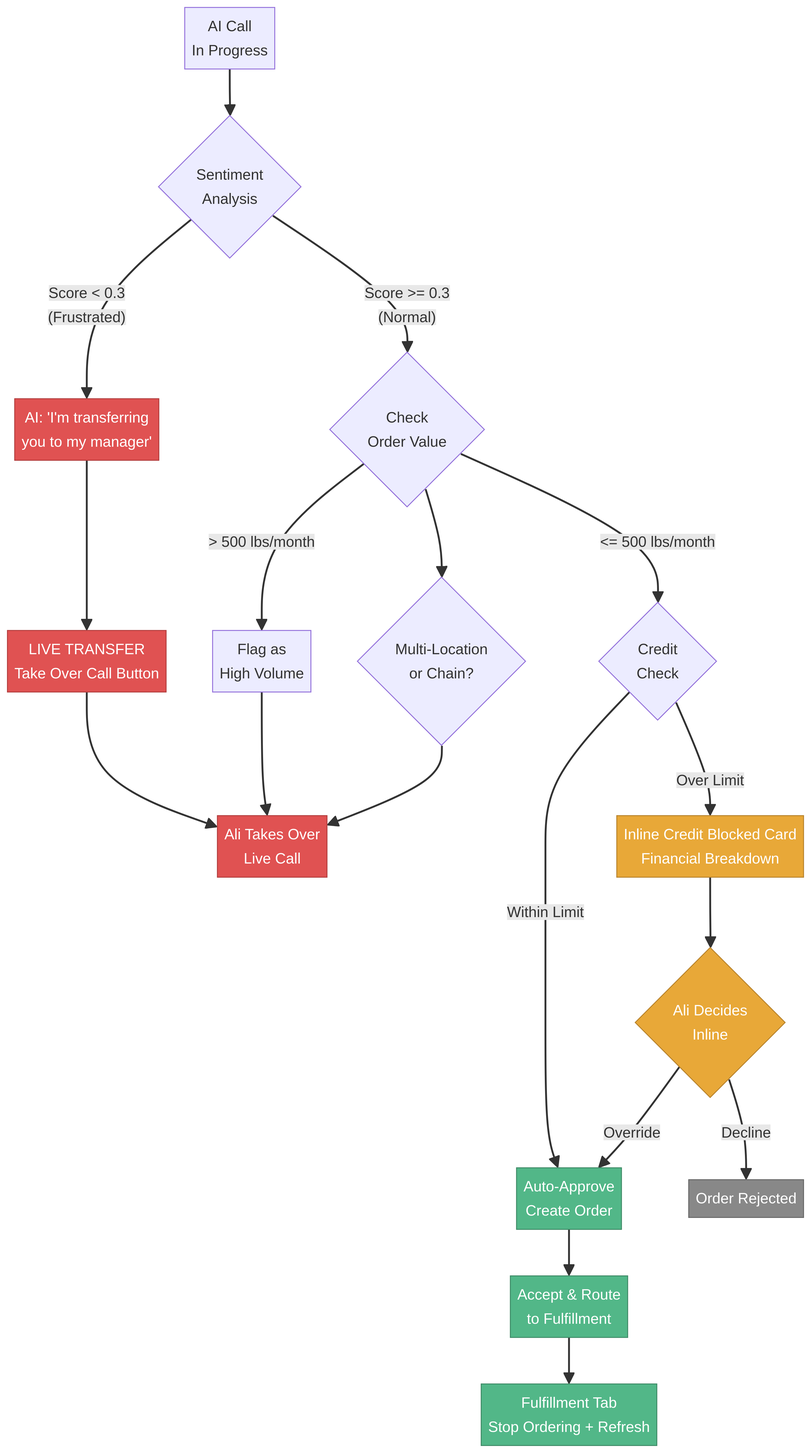
Before: docs/diagrams/05_hitl_escalation.png, a diagram exported from Mermaid (sk6786/AliWholesaleSaas). Its source is kept beside it as docs/diagrams/05_hitl_escalation.mmd.
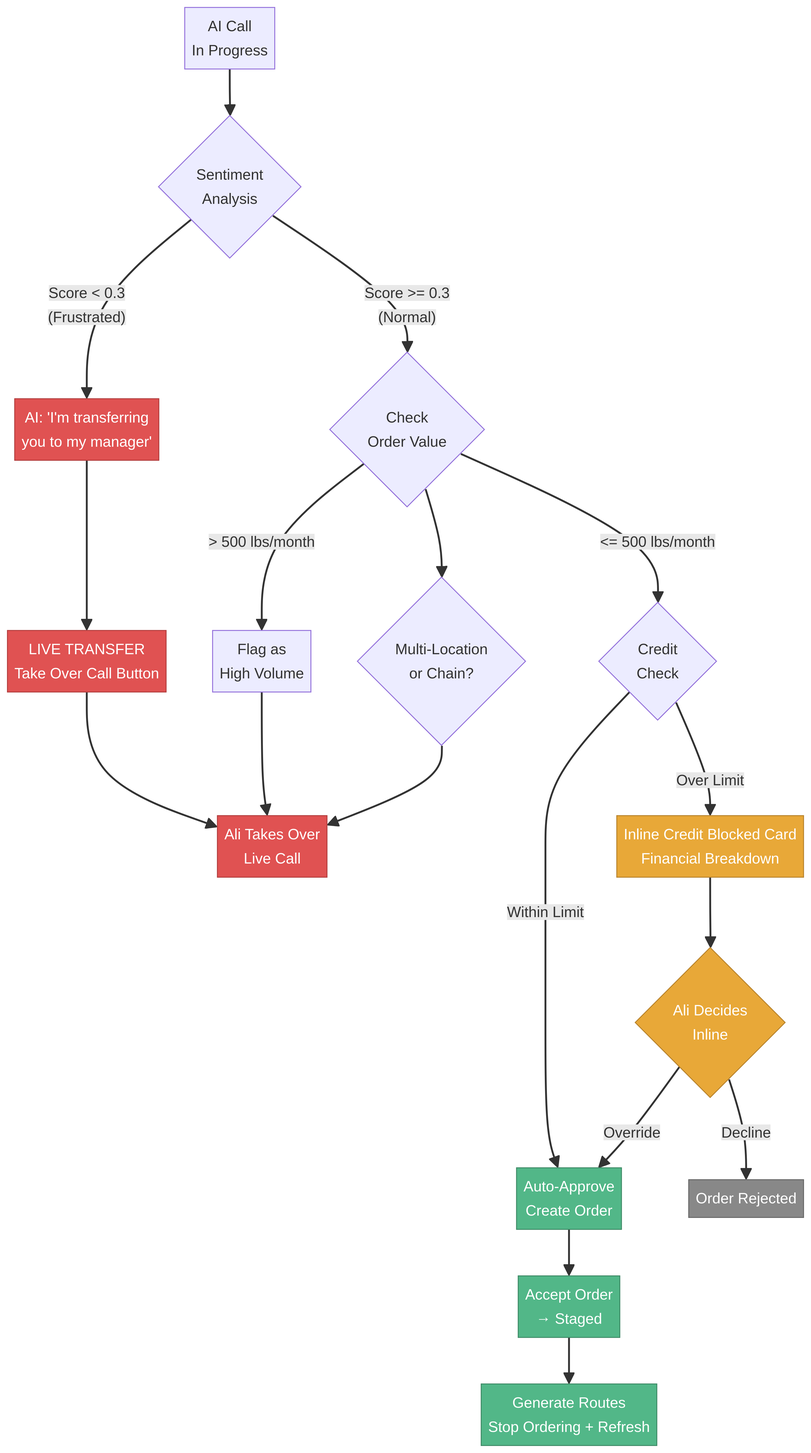
The same diagram one commit later.

Commit message:
Update all docs and diagrams: staged fulfillment, Generate Routes, two-panel layout

Change to the diagram source:
```diff
@@ -18,8 +18,8 @@
     K -->|"Override"| J
     K -->|"Decline"| N["Order Rejected"]
 
-    J --> L["Accept & Route<br/>to Fulfillment"]
-    L --> O["Fulfillment Tab<br/>Stop Ordering + Refresh"]
+    J --> L["Accept Order<br/>→ Staged"]
+    L --> O["Generate Routes<br/>Stop Ordering + Refresh"]
 
     M{"Multi-Location<br/>or Chain?"} --> F
     D --> M
```
